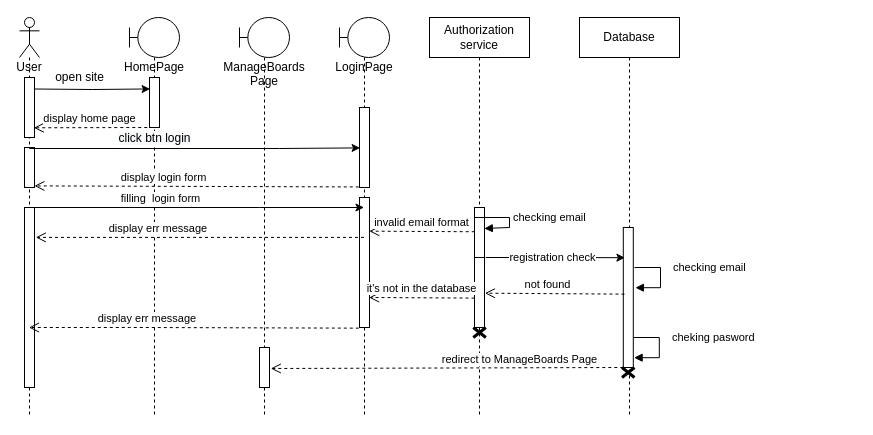
The draw.io diagram page "Sequence_login" (12 of 17) of Board_Use_Case_Diagramm.drawio in ololnovolol/ScrumBoardApp, before the edit. Source tidied: cells renumbered, new cells numbered last; positions are measured from the earlier drawing's top-left corner, leaving out a move shared by most shapes. Both pictures are drawn from the tidied source at 100%, with x=0, y=0 at pixel (19, 17).
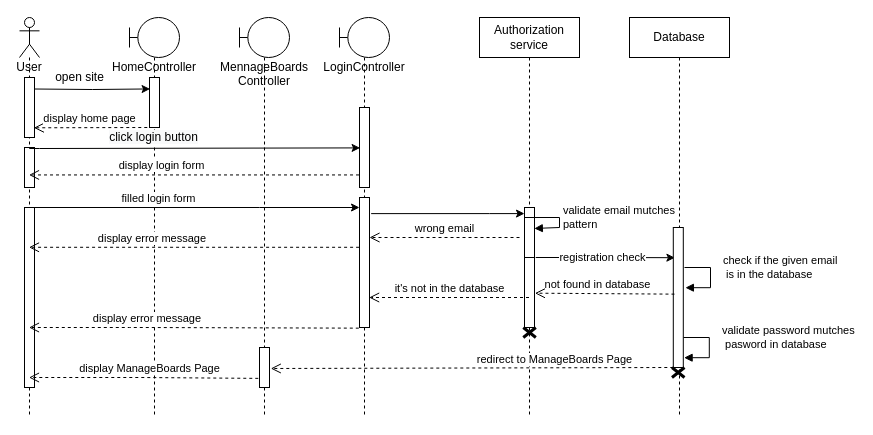
After the change.

Unchanged cells that the change refers to:
```xml
<mxCell id="3" value="User" style="shape=umlLifeline;participant=umlActor;perimeter=lifelinePerimeter;whiteSpace=wrap;html=1;verticalAlign=top;spacingTop=36;outlineConnect=0;" parent="1" vertex="1">
  <mxGeometry width="20" height="400" as="geometry" />
</mxCell>
<mxCell id="8" style="html=1;points=[];perimeter=orthogonalPerimeter;" parent="7" vertex="1">
  <mxGeometry x="45" y="190" width="10" height="120" as="geometry" />
</mxCell>
<mxCell id="17" style="html=1;points=[];perimeter=orthogonalPerimeter;" parent="16" vertex="1">
  <mxGeometry x="20" y="90" width="10" height="80" as="geometry" />
</mxCell>
<mxCell id="18" style="html=1;points=[];perimeter=orthogonalPerimeter;" parent="16" vertex="1">
  <mxGeometry x="20" y="180" width="10" height="130" as="geometry" />
</mxCell>
<mxCell id="25" style="html=1;points=[];perimeter=orthogonalPerimeter;" parent="23" vertex="1">
  <mxGeometry x="43.8" y="210" width="10" height="140" as="geometry" />
</mxCell>
<mxCell id="34" style="html=1;verticalAlign=bottom;endArrow=open;dashed=1;endSize=8;rounded=0;exitX=-0.07;exitY=1.005;exitDx=0;exitDy=0;exitPerimeter=0;" parent="1" edge="1" source="18" target="3">
  <mxGeometry relative="1" as="geometry">
    <Array as="points">
      <mxPoint x="120" y="310" />
      <mxPoint x="110" y="310" />
    </Array>
  </mxGeometry>
</mxCell>
<mxCell id="39" style="html=1;points=[];perimeter=orthogonalPerimeter;" parent="38" vertex="1">
  <mxGeometry x="20" y="330" width="10" height="40" as="geometry" />
</mxCell>
```

Change to the diagram source:
```diff
@@
     <mxCell id="7" value="Authorization service" style="shape=umlLifeline;perimeter=lifelinePerimeter;whiteSpace=wrap;html=1;outlineConnect=0;" parent="1" vertex="1">
-      <mxGeometry x="410" width="100" height="400" as="geometry" />
+      <mxGeometry x="460" width="100" height="400" as="geometry" />
     </mxCell>
@@
-    <mxCell id="9" value="checking email" style="edgeStyle=orthogonalEdgeStyle;html=1;align=left;spacingLeft=2;endArrow=block;rounded=0;entryX=0.982;entryY=0.274;entryDx=0;entryDy=0;entryPerimeter=0;" parent="7" edge="1" target="30">
+    <mxCell id="9" value="validate email mutches&lt;br&gt;pattern" style="edgeStyle=orthogonalEdgeStyle;html=1;align=left;spacingLeft=2;endArrow=block;rounded=0;entryX=0.982;entryY=0.274;entryDx=0;entryDy=0;entryPerimeter=0;" parent="7" edge="1" target="30">
       <mxGeometry x="-0.16" relative="1" as="geometry">
         <mxPoint x="54" y="200" as="sourcePoint" />
         <Array as="points">
           <mxPoint x="80" y="200" />
           <mxPoint x="80" y="210" />
           <mxPoint x="55" y="210" />
         </Array>
       </mxGeometry>
     </mxCell>
@@
-    <mxCell id="14" value="HomePage" style="shape=umlLifeline;participant=umlBoundary;perimeter=lifelinePerimeter;whiteSpace=wrap;html=1;verticalAlign=top;spacingTop=36;" parent="1" vertex="1">
+    <mxCell id="14" value="HomeController" style="shape=umlLifeline;participant=umlBoundary;perimeter=lifelinePerimeter;whiteSpace=wrap;html=1;verticalAlign=top;spacingTop=36;" parent="1" vertex="1">
       <mxGeometry x="110" width="50" height="400" as="geometry" />
     </mxCell>
@@
-    <mxCell id="16" value="LoginPage" style="shape=umlLifeline;participant=umlBoundary;perimeter=lifelinePerimeter;whiteSpace=wrap;html=1;verticalAlign=top;spacingTop=36;outlineConnect=0;" parent="1" vertex="1">
+    <mxCell id="16" value="LoginController" style="shape=umlLifeline;participant=umlBoundary;perimeter=lifelinePerimeter;whiteSpace=wrap;html=1;verticalAlign=top;spacingTop=36;outlineConnect=0;" parent="1" vertex="1">
       <mxGeometry x="320" width="50" height="400" as="geometry" />
     </mxCell>
@@
-    <mxCell id="19" value="display login form" style="html=1;verticalAlign=bottom;endArrow=open;dashed=1;endSize=8;rounded=0;exitX=-0.074;exitY=0.993;exitDx=0;exitDy=0;exitPerimeter=0;entryX=0.985;entryY=0.21;entryDx=0;entryDy=0;entryPerimeter=0;" parent="1" edge="1" source="17">
-      <mxGeometry x="0.2" relative="1" as="geometry">
-        <mxPoint x="14.9" y="168.4" as="targetPoint" />
-      </mxGeometry>
+    <mxCell id="19" value="display login form" style="html=1;verticalAlign=bottom;endArrow=open;dashed=1;endSize=8;rounded=0;exitX=-0.047;exitY=0.843;exitDx=0;exitDy=0;exitPerimeter=0;" parent="1" edge="1" source="17" target="3">
+      <mxGeometry x="0.2" relative="1" as="geometry" />
     </mxCell>
@@
     <mxCell id="21" style="edgeStyle=orthogonalEdgeStyle;rounded=0;jettySize=auto;html=1;entryX=0.06;entryY=0.505;entryDx=0;entryDy=0;entryPerimeter=0;" parent="1" edge="1" target="17">
       <mxGeometry relative="1" as="geometry">
         <mxPoint x="10" y="130" as="sourcePoint" />
         <Array as="points">
           <mxPoint x="10" y="131" />
-          <mxPoint x="260" y="131" />
+          <mxPoint x="20" y="131" />
         </Array>
       </mxGeometry>
     </mxCell>
-    <mxCell id="22" value="&lt;span style=&quot;font-size: 12px; background-color: rgb(248, 249, 250);&quot;&gt;click btn login&lt;/span&gt;" style="edgeLabel;html=1;align=center;verticalAlign=middle;" parent="21" vertex="1">
+    <mxCell id="22" value="&lt;span style=&quot;font-size: 12px; background-color: rgb(248, 249, 250);&quot;&gt;click login button&lt;/span&gt;" style="edgeLabel;html=1;align=center;verticalAlign=middle;" parent="21" vertex="1">
       <mxGeometry x="0.11" relative="1" as="geometry">
         <mxPoint x="-59" y="-11" as="offset" />
       </mxGeometry>
     </mxCell>
     <mxCell id="23" value="Database" style="shape=umlLifeline;perimeter=lifelinePerimeter;whiteSpace=wrap;html=1;" parent="1" vertex="1">
-      <mxGeometry x="560" width="100" height="400" as="geometry" />
+      <mxGeometry x="610" width="100" height="400" as="geometry" />
     </mxCell>
-    <mxCell id="24" value="cheking pasword" style="edgeStyle=orthogonalEdgeStyle;html=1;align=left;spacingLeft=2;endArrow=block;rounded=0;entryX=0.985;entryY=0.506;entryDx=0;entryDy=0;entryPerimeter=0;" parent="23" edge="1">
+    <mxCell id="24" value="validate password mutches&lt;br&gt;&amp;nbsp;pasword in database" style="edgeStyle=orthogonalEdgeStyle;html=1;align=left;spacingLeft=2;endArrow=block;rounded=0;entryX=0.985;entryY=0.506;entryDx=0;entryDy=0;entryPerimeter=0;" parent="23" edge="1">
       <mxGeometry x="-0.27" y="9" relative="1" as="geometry">
         <mxPoint x="53.8" y="320" as="sourcePoint" />
         <mxPoint x="54.6" y="340.2" as="targetPoint" />
         <Array as="points">
           <mxPoint x="79.8" y="320" />
           <mxPoint x="79.8" y="340" />
         </Array>
       </mxGeometry>
     </mxCell>
@@
-    <mxCell id="27" value="checking email" style="edgeStyle=orthogonalEdgeStyle;html=1;align=left;spacingLeft=2;endArrow=block;rounded=0;entryX=0.985;entryY=0.506;entryDx=0;entryDy=0;entryPerimeter=0;" parent="23" edge="1">
+    <mxCell id="27" value="check if the given email&lt;br&gt;&amp;nbsp;is in the database" style="edgeStyle=orthogonalEdgeStyle;html=1;align=left;spacingLeft=2;endArrow=block;rounded=0;entryX=0.985;entryY=0.506;entryDx=0;entryDy=0;entryPerimeter=0;" parent="23" edge="1">
       <mxGeometry x="-0.27" y="9" relative="1" as="geometry">
         <mxPoint x="55" y="250" as="sourcePoint" />
         <mxPoint x="55.9" y="270.2" as="targetPoint" />
         <Array as="points">
           <mxPoint x="81" y="250" />
           <mxPoint x="81" y="270" />
         </Array>
       </mxGeometry>
     </mxCell>
-    <mxCell id="28" style="edgeStyle=orthogonalEdgeStyle;rounded=0;jettySize=auto;html=1;" parent="1" edge="1" target="16">
+    <mxCell id="28" style="edgeStyle=orthogonalEdgeStyle;rounded=0;orthogonalLoop=1;jettySize=auto;html=1;" parent="1" edge="1">
       <mxGeometry relative="1" as="geometry">
         <mxPoint x="15" y="190" as="sourcePoint" />
+        <mxPoint x="340" y="190" as="targetPoint" />
         <Array as="points">
           <mxPoint x="240" y="190" />
           <mxPoint x="240" y="190" />
         </Array>
       </mxGeometry>
     </mxCell>
-    <mxCell id="29" value="filling&amp;nbsp; login form" style="edgeLabel;html=1;align=center;verticalAlign=middle;" parent="28" vertex="1">
+    <mxCell id="29" value="filled login form" style="edgeLabel;html=1;align=center;verticalAlign=middle;" parent="28" vertex="1">
       <mxGeometry x="-0.28" y="1" relative="1" as="geometry">
         <mxPoint x="6" y="-9" as="offset" />
       </mxGeometry>
     </mxCell>
     <mxCell id="30" style="html=1;points=[];perimeter=orthogonalPerimeter;" parent="1" vertex="1">
-      <mxGeometry x="455" y="200" width="10" height="40" as="geometry" />
+      <mxGeometry x="505" y="200" width="10" height="40" as="geometry" />
     </mxCell>
@@
-    <mxCell id="32" value="display err message&amp;nbsp;" style="html=1;verticalAlign=bottom;endArrow=open;dashed=1;endSize=8;rounded=0;entryX=1.134;entryY=0.231;entryDx=0;entryDy=0;entryPerimeter=0;" parent="1" edge="1" source="16">
-      <mxGeometry x="0.25" relative="1" as="geometry">
-        <mxPoint x="16.3" y="219.9" as="targetPoint" />
-      </mxGeometry>
+    <mxCell id="32" value="display error message&amp;nbsp;" style="html=1;verticalAlign=bottom;endArrow=open;dashed=1;endSize=8;rounded=0;exitX=-0.041;exitY=0.383;exitDx=0;exitDy=0;exitPerimeter=0;" parent="1" edge="1" source="18" target="3">
+      <mxGeometry x="0.25" relative="1" as="geometry" />
     </mxCell>
-    <mxCell id="33" value="not found" style="html=1;verticalAlign=bottom;endArrow=open;dashed=1;endSize=8;rounded=0;exitX=0.118;exitY=0.476;exitDx=0;exitDy=0;exitPerimeter=0;entryX=1.04;entryY=0.714;entryDx=0;entryDy=0;entryPerimeter=0;" parent="1" edge="1" source="25" target="8">
+    <mxCell id="33" value="not found in database" style="html=1;verticalAlign=bottom;endArrow=open;dashed=1;endSize=8;rounded=0;exitX=0.118;exitY=0.476;exitDx=0;exitDy=0;exitPerimeter=0;entryX=1.04;entryY=0.714;entryDx=0;entryDy=0;entryPerimeter=0;" parent="1" edge="1" source="25" target="8">
       <mxGeometry x="0.11" relative="1" as="geometry" />
     </mxCell>
@@
-    <mxCell id="35" value="display err message&amp;nbsp;" style="edgeLabel;html=1;align=center;verticalAlign=middle;" parent="34" vertex="1">
+    <mxCell id="35" value="display error message&amp;nbsp;" style="edgeLabel;html=1;align=center;verticalAlign=middle;" parent="34" vertex="1">
       <mxGeometry x="-0.16" y="-1" relative="1" as="geometry">
         <mxPoint x="-72" y="-9" as="offset" />
       </mxGeometry>
     </mxCell>
-    <mxCell id="36" value="invalid email format" style="html=1;verticalAlign=bottom;endArrow=open;dashed=1;endSize=8;rounded=0;exitX=0.018;exitY=0.356;exitDx=0;exitDy=0;exitPerimeter=0;entryX=0.978;entryY=0.259;entryDx=0;entryDy=0;entryPerimeter=0;" parent="1" edge="1" source="30" target="18">
-      <mxGeometry relative="1" as="geometry" />
+    <mxCell id="36" value="wrong email" style="html=1;verticalAlign=bottom;endArrow=open;dashed=1;endSize=8;rounded=0;" parent="1" edge="1" target="18">
+      <mxGeometry relative="1" as="geometry">
+        <mxPoint x="500" y="220" as="sourcePoint" />
+      </mxGeometry>
     </mxCell>
-    <mxCell id="37" value="it's not in the database" style="html=1;verticalAlign=bottom;endArrow=open;dashed=1;endSize=8;rounded=0;exitX=0.018;exitY=0.356;exitDx=0;exitDy=0;exitPerimeter=0;entryX=0.978;entryY=0.259;entryDx=0;entryDy=0;entryPerimeter=0;" parent="1" edge="1">
+    <mxCell id="37" value="it's not in the database" style="html=1;verticalAlign=bottom;endArrow=open;dashed=1;endSize=8;rounded=0;entryX=0.978;entryY=0.259;entryDx=0;entryDy=0;entryPerimeter=0;" parent="1" edge="1" source="7">
       <mxGeometry relative="1" as="geometry">
-        <mxPoint x="455" y="280.6" as="sourcePoint" />
         <mxPoint x="349.6" y="280" as="targetPoint" />
       </mxGeometry>
     </mxCell>
-    <mxCell id="38" value="ManageBoards Page" style="shape=umlLifeline;participant=umlBoundary;perimeter=lifelinePerimeter;whiteSpace=wrap;html=1;verticalAlign=top;spacingTop=36;" parent="1" vertex="1">
+    <mxCell id="38" value="MennageBoards&lt;br&gt;Controller" style="shape=umlLifeline;participant=umlBoundary;perimeter=lifelinePerimeter;whiteSpace=wrap;html=1;verticalAlign=top;spacingTop=36;" parent="1" vertex="1">
       <mxGeometry x="220" width="50" height="400" as="geometry" />
     </mxCell>
@@
+    <mxCell id="40" style="html=1;verticalAlign=bottom;endArrow=open;dashed=1;endSize=8;rounded=0;exitX=-0.122;exitY=0.772;exitDx=0;exitDy=0;exitPerimeter=0;" parent="1" edge="1" source="39" target="3">
+      <mxGeometry relative="1" as="geometry">
+        <Array as="points">
+          <mxPoint x="120" y="360" />
+        </Array>
+      </mxGeometry>
+    </mxCell>
+    <mxCell id="41" value="display ManageBoards Page" style="edgeLabel;html=1;align=center;verticalAlign=middle;" parent="40" vertex="1">
+      <mxGeometry x="-0.16" y="-1" relative="1" as="geometry">
+        <mxPoint x="-13" y="-9" as="offset" />
+      </mxGeometry>
+    </mxCell>
+    <mxCell id="42" style="edgeStyle=orthogonalEdgeStyle;rounded=0;jettySize=auto;html=1;fontColor=#FF0000;exitX=1.165;exitY=0.124;exitDx=0;exitDy=0;exitPerimeter=0;" parent="1" edge="1" source="18" target="8">
+      <mxGeometry relative="1" as="geometry">
+        <Array as="points">
+          <mxPoint x="470" y="196" />
+          <mxPoint x="470" y="196" />
+        </Array>
+      </mxGeometry>
+    </mxCell>
```
